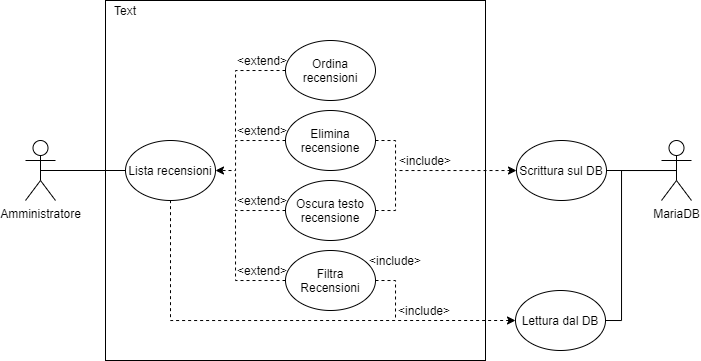
G15-UniTN/iSpesa keeps this draw.io diagram as UML/UCD/UCD_moderazione_recensioni.png. Above is the earlier version. Source tidied: cells renumbered, new cells last; positions are measured from the earlier drawing's top-left corner, leaving out a move shared by most shapes. Its diagram source:
```xml
<mxGraphModel>
  <root>
    <mxCell id="0" />
    <mxCell id="1" parent="0" />
    <mxCell id="2" style="rounded=0;whiteSpace=wrap;html=1;" parent="1" vertex="1">
      <mxGeometry x="80" width="380" height="360" as="geometry" />
    </mxCell>
    <mxCell id="3" style="edgeStyle=orthogonalEdgeStyle;rounded=0;jettySize=auto;html=1;exitX=0.5;exitY=0.5;exitDx=0;exitDy=0;exitPerimeter=0;entryX=0;entryY=0.5;entryDx=0;entryDy=0;startArrow=none;startFill=0;endArrow=none;endFill=0;" parent="1" edge="1" source="4" target="5">
      <mxGeometry relative="1" as="geometry" />
    </mxCell>
    <mxCell id="4" value="Amministratore" style="shape=umlActor;verticalLabelPosition=bottom;verticalAlign=top;html=1;outlineConnect=0;" parent="1" vertex="1">
      <mxGeometry y="140" width="30" height="60" as="geometry" />
    </mxCell>
    <mxCell id="5" value="Lista recensioni" style="ellipse;whiteSpace=wrap;html=1;" parent="1" vertex="1">
      <mxGeometry x="100" y="140" width="90" height="60" as="geometry" />
    </mxCell>
    <mxCell id="6" value="MariaDB" style="shape=umlActor;verticalLabelPosition=bottom;verticalAlign=top;html=1;outlineConnect=0;" parent="1" vertex="1">
      <mxGeometry x="636" y="140" width="30" height="60" as="geometry" />
    </mxCell>
    <mxCell id="7" style="edgeStyle=orthogonalEdgeStyle;rounded=0;jettySize=auto;html=1;exitX=1;exitY=0.5;exitDx=0;exitDy=0;entryX=0.5;entryY=0.5;entryDx=0;entryDy=0;entryPerimeter=0;startArrow=none;startFill=0;endArrow=none;endFill=0;" parent="1" edge="1" source="8" target="6">
      <mxGeometry relative="1" as="geometry">
        <Array as="points">
          <mxPoint x="651" y="170" />
        </Array>
      </mxGeometry>
    </mxCell>
    <mxCell id="8" value="Scrittura sul DB" style="ellipse;whiteSpace=wrap;html=1;" parent="1" vertex="1">
      <mxGeometry x="491" y="140" width="90" height="60" as="geometry" />
    </mxCell>
    <mxCell id="9" style="edgeStyle=orthogonalEdgeStyle;rounded=0;jettySize=auto;html=1;exitX=0;exitY=0.5;exitDx=0;exitDy=0;entryX=0.5;entryY=1;entryDx=0;entryDy=0;dashed=1;startArrow=classic;startFill=1;endArrow=none;endFill=0;" parent="1" edge="1" source="11" target="5">
      <mxGeometry relative="1" as="geometry" />
    </mxCell>
    <mxCell id="10" style="edgeStyle=orthogonalEdgeStyle;rounded=0;jettySize=auto;html=1;exitX=1;exitY=0.5;exitDx=0;exitDy=0;entryX=0.5;entryY=0.5;entryDx=0;entryDy=0;entryPerimeter=0;startArrow=none;startFill=0;endArrow=none;endFill=0;" parent="1" edge="1" source="11" target="6">
      <mxGeometry relative="1" as="geometry">
        <Array as="points">
          <mxPoint x="596" y="320" />
          <mxPoint x="596" y="170" />
        </Array>
      </mxGeometry>
    </mxCell>
    <mxCell id="11" value="Lettura dal DB" style="ellipse;whiteSpace=wrap;html=1;" parent="1" vertex="1">
      <mxGeometry x="490" y="290" width="90" height="60" as="geometry" />
    </mxCell>
    <mxCell id="12" style="edgeStyle=orthogonalEdgeStyle;rounded=0;jettySize=auto;html=1;exitX=0;exitY=0.5;exitDx=0;exitDy=0;entryX=1;entryY=0.5;entryDx=0;entryDy=0;dashed=1;startArrow=none;startFill=0;endArrow=classic;endFill=1;" parent="1" edge="1" source="14" target="5">
      <mxGeometry relative="1" as="geometry">
        <Array as="points">
          <mxPoint x="210" y="140" />
          <mxPoint x="210" y="170" />
        </Array>
      </mxGeometry>
    </mxCell>
    <mxCell id="13" style="edgeStyle=orthogonalEdgeStyle;rounded=0;jettySize=auto;html=1;exitX=1;exitY=0.5;exitDx=0;exitDy=0;dashed=1;startArrow=none;startFill=0;endArrow=classic;endFill=1;" parent="1" edge="1" source="14" target="8">
      <mxGeometry relative="1" as="geometry">
        <Array as="points">
          <mxPoint x="370" y="140" />
          <mxPoint x="370" y="170" />
        </Array>
      </mxGeometry>
    </mxCell>
    <mxCell id="14" value="Elimina recensione" style="ellipse;whiteSpace=wrap;html=1;" parent="1" vertex="1">
      <mxGeometry x="260" y="110" width="90" height="60" as="geometry" />
    </mxCell>
    <mxCell id="15" style="edgeStyle=orthogonalEdgeStyle;rounded=0;jettySize=auto;html=1;exitX=1;exitY=0.5;exitDx=0;exitDy=0;dashed=1;startArrow=none;startFill=0;endArrow=none;endFill=0;" parent="1" edge="1" source="17">
      <mxGeometry relative="1" as="geometry">
        <mxPoint x="370" y="170" as="targetPoint" />
      </mxGeometry>
    </mxCell>
    <mxCell id="16" style="edgeStyle=orthogonalEdgeStyle;rounded=0;jettySize=auto;html=1;exitX=0;exitY=0.5;exitDx=0;exitDy=0;startArrow=none;startFill=0;endArrow=none;endFill=0;dashed=1;" parent="1" edge="1" source="17">
      <mxGeometry relative="1" as="geometry">
        <mxPoint x="210" y="170" as="targetPoint" />
        <Array as="points">
          <mxPoint x="210" y="210" />
          <mxPoint x="210" y="170" />
        </Array>
      </mxGeometry>
    </mxCell>
    <mxCell id="17" value="Oscura testo&lt;br&gt;recensione" style="ellipse;whiteSpace=wrap;html=1;" parent="1" vertex="1">
      <mxGeometry x="260" y="180" width="90" height="60" as="geometry" />
    </mxCell>
    <mxCell id="18" value="&amp;lt;include&amp;gt;" style="text;html=1;strokeColor=none;fillColor=none;align=center;verticalAlign=middle;whiteSpace=wrap;rounded=0;" parent="1" vertex="1">
      <mxGeometry x="379" y="300" width="40" height="20" as="geometry" />
    </mxCell>
    <mxCell id="19" value="&amp;lt;include&amp;gt;" style="text;html=1;strokeColor=none;fillColor=none;align=center;verticalAlign=middle;whiteSpace=wrap;rounded=0;" parent="1" vertex="1">
      <mxGeometry x="380" y="150" width="40" height="20" as="geometry" />
    </mxCell>
    <mxCell id="20" value="&amp;lt;extend&amp;gt;" style="text;html=1;strokeColor=none;fillColor=none;align=center;verticalAlign=middle;whiteSpace=wrap;rounded=0;" parent="1" vertex="1">
      <mxGeometry x="217" y="120" width="40" height="20" as="geometry" />
    </mxCell>
    <mxCell id="21" value="&amp;lt;extend&amp;gt;" style="text;html=1;strokeColor=none;fillColor=none;align=center;verticalAlign=middle;whiteSpace=wrap;rounded=0;" parent="1" vertex="1">
      <mxGeometry x="217" y="260" width="40" height="20" as="geometry" />
    </mxCell>
    <mxCell id="22" style="edgeStyle=orthogonalEdgeStyle;rounded=0;jettySize=auto;html=1;exitX=0;exitY=0.5;exitDx=0;exitDy=0;dashed=1;startArrow=none;startFill=0;endArrow=none;endFill=0;" parent="1" edge="1" source="23">
      <mxGeometry relative="1" as="geometry">
        <mxPoint x="210" y="140" as="targetPoint" />
      </mxGeometry>
    </mxCell>
    <mxCell id="23" value="Ordina recensioni" style="ellipse;whiteSpace=wrap;html=1;" parent="1" vertex="1">
      <mxGeometry x="260" y="40" width="90" height="60" as="geometry" />
    </mxCell>
    <mxCell id="24" value="&amp;lt;extend&amp;gt;" style="text;html=1;strokeColor=none;fillColor=none;align=center;verticalAlign=middle;whiteSpace=wrap;rounded=0;" parent="1" vertex="1">
      <mxGeometry x="217" y="50" width="40" height="20" as="geometry" />
    </mxCell>
    <mxCell id="25" style="edgeStyle=orthogonalEdgeStyle;rounded=0;jettySize=auto;html=1;exitX=0;exitY=0.5;exitDx=0;exitDy=0;dashed=1;startArrow=none;startFill=0;endArrow=none;endFill=0;" parent="1" edge="1" source="27">
      <mxGeometry relative="1" as="geometry">
        <mxPoint x="210" y="210" as="targetPoint" />
      </mxGeometry>
    </mxCell>
    <mxCell id="26" style="edgeStyle=orthogonalEdgeStyle;rounded=0;jettySize=auto;html=1;exitX=1;exitY=0.5;exitDx=0;exitDy=0;dashed=1;startArrow=none;startFill=0;endArrow=none;endFill=0;" parent="1" edge="1" source="27">
      <mxGeometry relative="1" as="geometry">
        <mxPoint x="370" y="320" as="targetPoint" />
      </mxGeometry>
    </mxCell>
    <mxCell id="27" value="Filtra Recensioni" style="ellipse;whiteSpace=wrap;html=1;" parent="1" vertex="1">
      <mxGeometry x="260" y="250" width="90" height="60" as="geometry" />
    </mxCell>
    <mxCell id="28" value="&amp;lt;include&amp;gt;" style="text;html=1;strokeColor=none;fillColor=none;align=center;verticalAlign=middle;whiteSpace=wrap;rounded=0;" parent="1" vertex="1">
      <mxGeometry x="350" y="250" width="40" height="20" as="geometry" />
    </mxCell>
    <mxCell id="29" value="&amp;lt;extend&amp;gt;" style="text;html=1;strokeColor=none;fillColor=none;align=center;verticalAlign=middle;whiteSpace=wrap;rounded=0;" parent="1" vertex="1">
      <mxGeometry x="217" y="190" width="40" height="20" as="geometry" />
    </mxCell>
    <mxCell id="30" value="Text" style="text;html=1;strokeColor=none;fillColor=none;align=center;verticalAlign=middle;whiteSpace=wrap;rounded=0;" parent="1" vertex="1">
      <mxGeometry x="80" width="40" height="20" as="geometry" />
    </mxCell>
  </root>
</mxGraphModel>
```
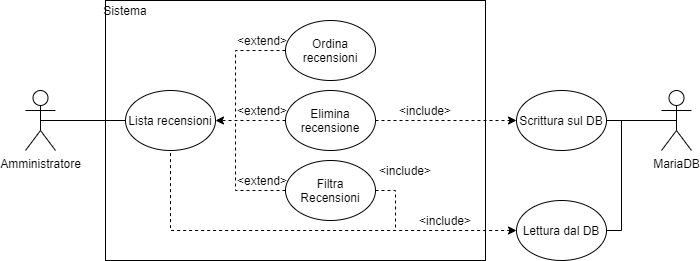
Above is the later version.

Diff of the diagram source:
```diff
@@ -3,7 +3,7 @@
     <mxCell id="0" />
     <mxCell id="1" parent="0" />
     <mxCell id="2" style="rounded=0;whiteSpace=wrap;html=1;" parent="1" vertex="1">
-      <mxGeometry x="80" width="380" height="360" as="geometry" />
+      <mxGeometry x="80" y="50" width="380" height="260" as="geometry" />
     </mxCell>
     <mxCell id="3" style="edgeStyle=orthogonalEdgeStyle;rounded=0;jettySize=auto;html=1;exitX=0.5;exitY=0.5;exitDx=0;exitDy=0;exitPerimeter=0;entryX=0;entryY=0.5;entryDx=0;entryDy=0;startArrow=none;startFill=0;endArrow=none;endFill=0;" parent="1" edge="1" source="4" target="5">
       <mxGeometry relative="1" as="geometry" />
@@ -33,94 +33,77 @@
     <mxCell id="10" style="edgeStyle=orthogonalEdgeStyle;rounded=0;jettySize=auto;html=1;exitX=1;exitY=0.5;exitDx=0;exitDy=0;entryX=0.5;entryY=0.5;entryDx=0;entryDy=0;entryPerimeter=0;startArrow=none;startFill=0;endArrow=none;endFill=0;" parent="1" edge="1" source="11" target="6">
       <mxGeometry relative="1" as="geometry">
         <Array as="points">
-          <mxPoint x="596" y="320" />
+          <mxPoint x="596" y="280" />
           <mxPoint x="596" y="170" />
         </Array>
       </mxGeometry>
     </mxCell>
     <mxCell id="11" value="Lettura dal DB" style="ellipse;whiteSpace=wrap;html=1;" parent="1" vertex="1">
-      <mxGeometry x="490" y="290" width="90" height="60" as="geometry" />
+      <mxGeometry x="491" y="250" width="90" height="60" as="geometry" />
     </mxCell>
     <mxCell id="12" style="edgeStyle=orthogonalEdgeStyle;rounded=0;jettySize=auto;html=1;exitX=0;exitY=0.5;exitDx=0;exitDy=0;entryX=1;entryY=0.5;entryDx=0;entryDy=0;dashed=1;startArrow=none;startFill=0;endArrow=classic;endFill=1;" parent="1" edge="1" source="14" target="5">
       <mxGeometry relative="1" as="geometry">
         <Array as="points">
-          <mxPoint x="210" y="140" />
-          <mxPoint x="210" y="170" />
+          <mxPoint x="240" y="170" />
+          <mxPoint x="240" y="170" />
         </Array>
       </mxGeometry>
     </mxCell>
     <mxCell id="13" style="edgeStyle=orthogonalEdgeStyle;rounded=0;jettySize=auto;html=1;exitX=1;exitY=0.5;exitDx=0;exitDy=0;dashed=1;startArrow=none;startFill=0;endArrow=classic;endFill=1;" parent="1" edge="1" source="14" target="8">
       <mxGeometry relative="1" as="geometry">
         <Array as="points">
-          <mxPoint x="370" y="140" />
-          <mxPoint x="370" y="170" />
+          <mxPoint x="360" y="170" />
+          <mxPoint x="360" y="170" />
         </Array>
       </mxGeometry>
     </mxCell>
     <mxCell id="14" value="Elimina recensione" style="ellipse;whiteSpace=wrap;html=1;" parent="1" vertex="1">
-      <mxGeometry x="260" y="110" width="90" height="60" as="geometry" />
+      <mxGeometry x="260" y="140" width="90" height="60" as="geometry" />
     </mxCell>
-    <mxCell id="15" style="edgeStyle=orthogonalEdgeStyle;rounded=0;jettySize=auto;html=1;exitX=1;exitY=0.5;exitDx=0;exitDy=0;dashed=1;startArrow=none;startFill=0;endArrow=none;endFill=0;" parent="1" edge="1" source="17">
-      <mxGeometry relative="1" as="geometry">
-        <mxPoint x="370" y="170" as="targetPoint" />
-      </mxGeometry>
-    </mxCell>
-    <mxCell id="16" style="edgeStyle=orthogonalEdgeStyle;rounded=0;jettySize=auto;html=1;exitX=0;exitY=0.5;exitDx=0;exitDy=0;startArrow=none;startFill=0;endArrow=none;endFill=0;dashed=1;" parent="1" edge="1" source="17">
-      <mxGeometry relative="1" as="geometry">
-        <mxPoint x="210" y="170" as="targetPoint" />
-        <Array as="points">
-          <mxPoint x="210" y="210" />
-          <mxPoint x="210" y="170" />
-        </Array>
-      </mxGeometry>
-    </mxCell>
-    <mxCell id="17" value="Oscura testo&lt;br&gt;recensione" style="ellipse;whiteSpace=wrap;html=1;" parent="1" vertex="1">
-      <mxGeometry x="260" y="180" width="90" height="60" as="geometry" />
-    </mxCell>
     <mxCell id="18" value="&amp;lt;include&amp;gt;" style="text;html=1;strokeColor=none;fillColor=none;align=center;verticalAlign=middle;whiteSpace=wrap;rounded=0;" parent="1" vertex="1">
-      <mxGeometry x="379" y="300" width="40" height="20" as="geometry" />
+      <mxGeometry x="400" y="260" width="40" height="20" as="geometry" />
     </mxCell>
     <mxCell id="19" value="&amp;lt;include&amp;gt;" style="text;html=1;strokeColor=none;fillColor=none;align=center;verticalAlign=middle;whiteSpace=wrap;rounded=0;" parent="1" vertex="1">
       <mxGeometry x="380" y="150" width="40" height="20" as="geometry" />
     </mxCell>
     <mxCell id="20" value="&amp;lt;extend&amp;gt;" style="text;html=1;strokeColor=none;fillColor=none;align=center;verticalAlign=middle;whiteSpace=wrap;rounded=0;" parent="1" vertex="1">
-      <mxGeometry x="217" y="120" width="40" height="20" as="geometry" />
+      <mxGeometry x="217" y="150" width="40" height="20" as="geometry" />
     </mxCell>
     <mxCell id="21" value="&amp;lt;extend&amp;gt;" style="text;html=1;strokeColor=none;fillColor=none;align=center;verticalAlign=middle;whiteSpace=wrap;rounded=0;" parent="1" vertex="1">
-      <mxGeometry x="217" y="260" width="40" height="20" as="geometry" />
+      <mxGeometry x="217" y="220" width="40" height="20" as="geometry" />
     </mxCell>
     <mxCell id="22" style="edgeStyle=orthogonalEdgeStyle;rounded=0;jettySize=auto;html=1;exitX=0;exitY=0.5;exitDx=0;exitDy=0;dashed=1;startArrow=none;startFill=0;endArrow=none;endFill=0;" parent="1" edge="1" source="23">
       <mxGeometry relative="1" as="geometry">
-        <mxPoint x="210" y="140" as="targetPoint" />
+        <mxPoint x="210" y="170" as="targetPoint" />
       </mxGeometry>
     </mxCell>
     <mxCell id="23" value="Ordina recensioni" style="ellipse;whiteSpace=wrap;html=1;" parent="1" vertex="1">
-      <mxGeometry x="260" y="40" width="90" height="60" as="geometry" />
+      <mxGeometry x="260" y="70" width="90" height="60" as="geometry" />
     </mxCell>
     <mxCell id="24" value="&amp;lt;extend&amp;gt;" style="text;html=1;strokeColor=none;fillColor=none;align=center;verticalAlign=middle;whiteSpace=wrap;rounded=0;" parent="1" vertex="1">
-      <mxGeometry x="217" y="50" width="40" height="20" as="geometry" />
+      <mxGeometry x="217" y="80" width="40" height="20" as="geometry" />
     </mxCell>
     <mxCell id="25" style="edgeStyle=orthogonalEdgeStyle;rounded=0;jettySize=auto;html=1;exitX=0;exitY=0.5;exitDx=0;exitDy=0;dashed=1;startArrow=none;startFill=0;endArrow=none;endFill=0;" parent="1" edge="1" source="27">
       <mxGeometry relative="1" as="geometry">
-        <mxPoint x="210" y="210" as="targetPoint" />
+        <mxPoint x="210" y="170" as="targetPoint" />
+        <Array as="points">
+          <mxPoint x="210" y="240" />
+        </Array>
       </mxGeometry>
     </mxCell>
     <mxCell id="26" style="edgeStyle=orthogonalEdgeStyle;rounded=0;jettySize=auto;html=1;exitX=1;exitY=0.5;exitDx=0;exitDy=0;dashed=1;startArrow=none;startFill=0;endArrow=none;endFill=0;" parent="1" edge="1" source="27">
       <mxGeometry relative="1" as="geometry">
-        <mxPoint x="370" y="320" as="targetPoint" />
+        <mxPoint x="370" y="280" as="targetPoint" />
       </mxGeometry>
     </mxCell>
     <mxCell id="27" value="Filtra Recensioni" style="ellipse;whiteSpace=wrap;html=1;" parent="1" vertex="1">
-      <mxGeometry x="260" y="250" width="90" height="60" as="geometry" />
+      <mxGeometry x="260" y="210" width="90" height="60" as="geometry" />
     </mxCell>
     <mxCell id="28" value="&amp;lt;include&amp;gt;" style="text;html=1;strokeColor=none;fillColor=none;align=center;verticalAlign=middle;whiteSpace=wrap;rounded=0;" parent="1" vertex="1">
-      <mxGeometry x="350" y="250" width="40" height="20" as="geometry" />
+      <mxGeometry x="360" y="210" width="40" height="20" as="geometry" />
     </mxCell>
-    <mxCell id="29" value="&amp;lt;extend&amp;gt;" style="text;html=1;strokeColor=none;fillColor=none;align=center;verticalAlign=middle;whiteSpace=wrap;rounded=0;" parent="1" vertex="1">
-      <mxGeometry x="217" y="190" width="40" height="20" as="geometry" />
-    </mxCell>
-    <mxCell id="30" value="Text" style="text;html=1;strokeColor=none;fillColor=none;align=center;verticalAlign=middle;whiteSpace=wrap;rounded=0;" parent="1" vertex="1">
-      <mxGeometry x="80" width="40" height="20" as="geometry" />
+    <mxCell id="30" value="Sistema" style="text;html=1;strokeColor=none;fillColor=none;align=center;verticalAlign=middle;whiteSpace=wrap;rounded=0;" parent="1" vertex="1">
+      <mxGeometry x="80" y="50" width="40" height="20" as="geometry" />
     </mxCell>
   </root>
 </mxGraphModel>
```
